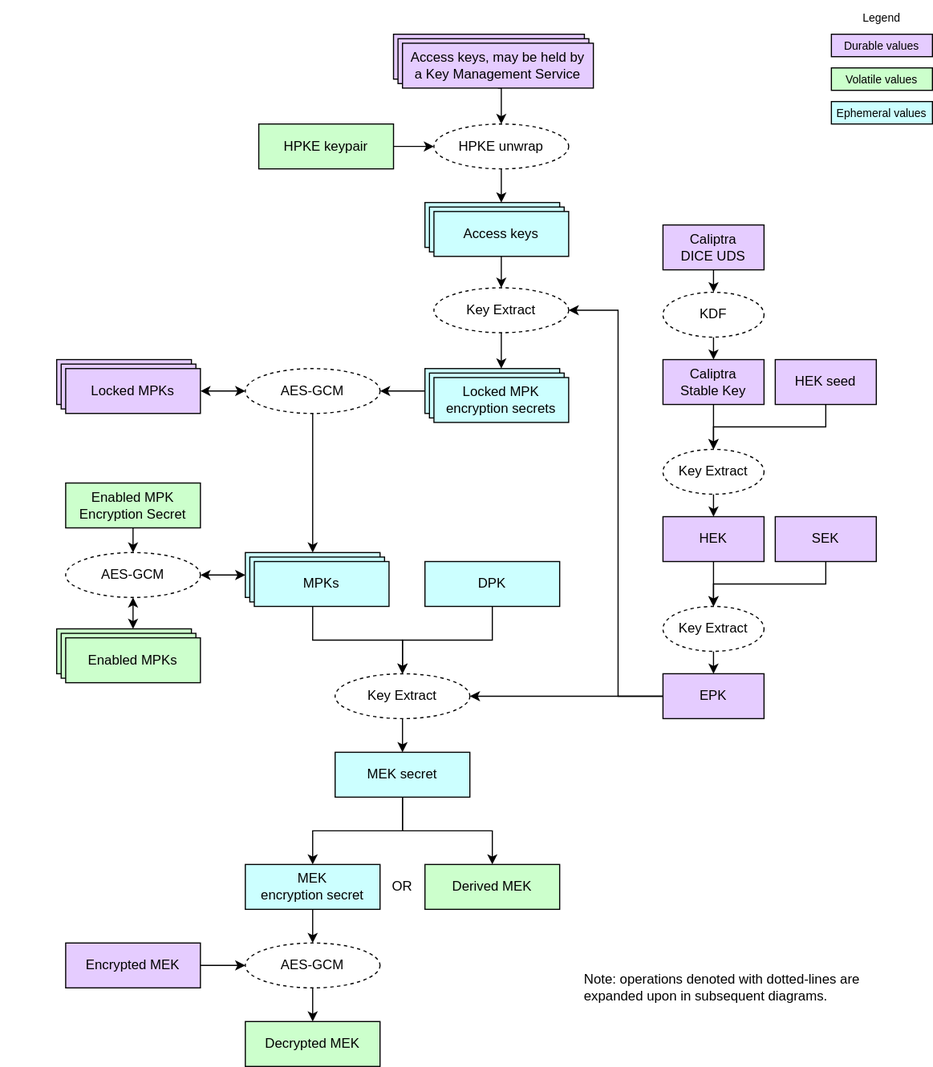
Above: doc/ocp_lock/diagrams/key_hierarchy.drawio.svg in chipsalliance/Caliptra (draw.io), before the change. Source tidied: cells renumbered, new cells last; positions are measured from the earlier drawing's top-left corner, leaving out a move shared by most shapes.
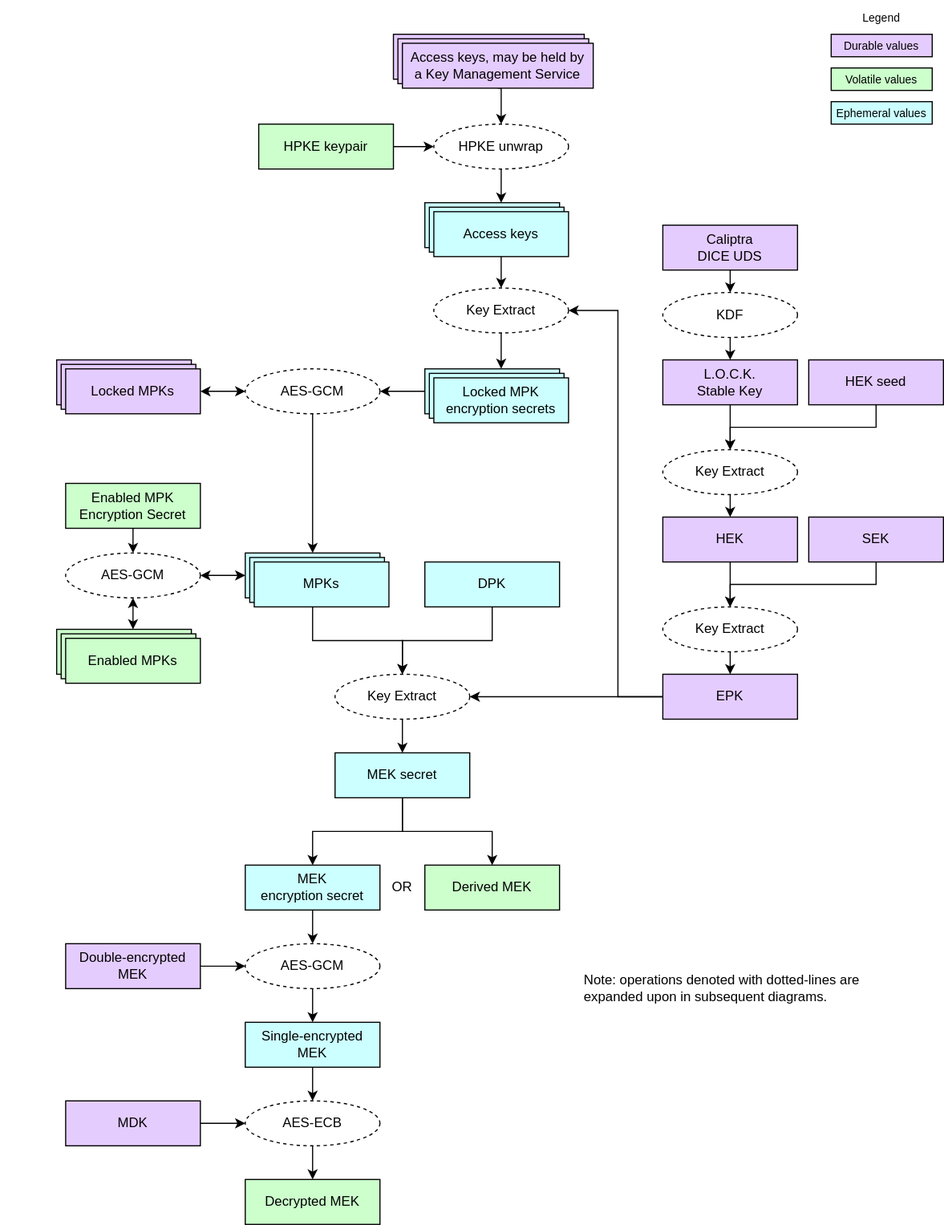
Later version of the same file.

What changed in the source:
```diff
@@ -18,7 +18,7 @@
       <mxGeometry relative="1" as="geometry" />
     </mxCell>
     <mxCell id="7" value="SEK" style="rounded=0;whiteSpace=wrap;html=1;align=center;verticalAlign=middle;shadow=0;glass=0;spacingLeft=0;spacingBottom=0;spacingTop=0;fillColor=#E5CCFF;" parent="1" vertex="1">
-      <mxGeometry x="690" y="460" width="90" height="40" as="geometry" />
+      <mxGeometry x="720" y="460" width="120" height="40" as="geometry" />
     </mxCell>
     <mxCell id="8" style="rounded=0;whiteSpace=wrap;html=1;align=center;verticalAlign=middle;shadow=0;glass=0;spacingLeft=0;spacingBottom=0;spacingTop=0;fillColor=#CCFFFF;" parent="1" vertex="1">
       <mxGeometry x="382" y="332" width="120" height="40" as="geometry" />
@@ -124,7 +124,10 @@
     <mxCell id="39" value="OR" style="text;strokeColor=none;align=center;fillColor=none;html=1;verticalAlign=middle;whiteSpace=wrap;rounded=0;" parent="1" vertex="1">
       <mxGeometry x="338" y="775" width="40" height="30" as="geometry" />
     </mxCell>
+    <mxCell id="79" style="edgeStyle=none;html=1;exitX=0.5;exitY=1;exitDx=0;exitDy=0;entryX=0.5;entryY=0;entryDx=0;entryDy=0;" parent="1" edge="1" source="40" target="83">
+      <mxGeometry relative="1" as="geometry" />
+    </mxCell>
-    <mxCell id="40" value="Decrypted MEK" style="rounded=0;whiteSpace=wrap;html=1;align=center;verticalAlign=middle;shadow=0;glass=0;spacingLeft=0;spacingBottom=0;spacingTop=0;fillColor=#CCFFCC;" parent="1" vertex="1">
+    <mxCell id="40" value="Single-encrypted MEK" style="rounded=0;whiteSpace=wrap;html=1;align=center;verticalAlign=middle;shadow=0;glass=0;spacingLeft=0;spacingBottom=0;spacingTop=0;fillColor=#CCFFFF;" parent="1" vertex="1">
       <mxGeometry x="218" y="910" width="120" height="40" as="geometry" />
     </mxCell>
     <mxCell id="41" style="edgeStyle=none;html=1;endSize=6;startSize=6;exitX=0.5;exitY=1;exitDx=0;exitDy=0;" parent="1" edge="1" source="32" target="42">
@@ -140,12 +143,12 @@
       <mxGeometry relative="1" as="geometry" />
     </mxCell>
     <mxCell id="45" value="&lt;div&gt;&lt;font color=&quot;#000000&quot;&gt;HEK&lt;/font&gt;&lt;/div&gt;" style="rounded=0;whiteSpace=wrap;html=1;align=center;verticalAlign=middle;shadow=0;glass=0;spacingLeft=0;spacingBottom=0;spacingTop=0;fillColor=#E5CCFF;" parent="1" vertex="1">
-      <mxGeometry x="590" y="460" width="90" height="40" as="geometry" />
+      <mxGeometry x="590" y="460" width="120" height="40" as="geometry" />
     </mxCell>
     <mxCell id="46" style="edgeStyle=none;html=1;exitX=1;exitY=0.5;exitDx=0;exitDy=0;entryX=0;entryY=0.5;entryDx=0;entryDy=0;" parent="1" edge="1" source="47" target="42">
       <mxGeometry relative="1" as="geometry" />
     </mxCell>
-    <mxCell id="47" value="Encrypted MEK" style="rounded=0;whiteSpace=wrap;html=1;align=center;verticalAlign=middle;shadow=0;glass=0;spacingLeft=0;spacingBottom=0;spacingTop=0;fillColor=#E5CCFF;" parent="1" vertex="1">
+    <mxCell id="47" value="Double-encrypted MEK" style="rounded=0;whiteSpace=wrap;html=1;align=center;verticalAlign=middle;shadow=0;glass=0;spacingLeft=0;spacingBottom=0;spacingTop=0;fillColor=#E5CCFF;" parent="1" vertex="1">
       <mxGeometry x="58" y="840" width="120" height="40" as="geometry" />
     </mxCell>
     <mxCell id="48" style="rounded=0;whiteSpace=wrap;html=1;align=center;verticalAlign=middle;shadow=0;glass=0;spacingLeft=0;spacingBottom=0;spacingTop=0;fillColor=#E5CCFF;" parent="1" vertex="1">
@@ -204,13 +207,13 @@
       </mxGeometry>
     </mxCell>
     <mxCell id="63" value="&lt;div&gt;&lt;font color=&quot;#000000&quot;&gt;EPK&lt;/font&gt;&lt;/div&gt;" style="rounded=0;whiteSpace=wrap;html=1;align=center;verticalAlign=middle;shadow=0;glass=0;spacingLeft=0;spacingBottom=0;spacingTop=0;fillColor=#E5CCFF;" parent="1" vertex="1">
-      <mxGeometry x="590" y="600" width="90" height="40" as="geometry" />
+      <mxGeometry x="590" y="600" width="120" height="40" as="geometry" />
     </mxCell>
     <mxCell id="64" style="edgeStyle=none;html=1;exitX=0.5;exitY=1;exitDx=0;exitDy=0;entryX=0.5;entryY=0;entryDx=0;entryDy=0;" parent="1" edge="1" source="65" target="63">
       <mxGeometry relative="1" as="geometry" />
     </mxCell>
     <mxCell id="65" value="&lt;span style=&quot;color: rgb(0, 0, 0);&quot;&gt;Key Extract&lt;/span&gt;" style="ellipse;whiteSpace=wrap;html=1;fillColor=#FFFFFF;dashed=1;" parent="1" vertex="1">
-      <mxGeometry x="590" y="540" width="90" height="40" as="geometry" />
+      <mxGeometry x="590" y="540" width="120" height="40" as="geometry" />
     </mxCell>
     <mxCell id="66" style="edgeStyle=orthogonalEdgeStyle;html=1;exitX=0.5;exitY=1;exitDx=0;exitDy=0;entryX=0.5;entryY=0;entryDx=0;entryDy=0;rounded=0;" parent="1" edge="1" source="68" target="32">
       <mxGeometry relative="1" as="geometry" />
@@ -224,32 +227,47 @@
     <mxCell id="69" style="edgeStyle=orthogonalEdgeStyle;html=1;exitX=0.5;exitY=1;exitDx=0;exitDy=0;entryX=0.5;entryY=0;entryDx=0;entryDy=0;rounded=0;" parent="1" edge="1" source="70" target="74">
       <mxGeometry relative="1" as="geometry" />
     </mxCell>
-    <mxCell id="70" value="&lt;span style=&quot;color: rgb(0, 0, 0);&quot;&gt;Caliptra&lt;/span&gt;&lt;div&gt;Stable Key&lt;/div&gt;" style="rounded=0;whiteSpace=wrap;html=1;align=center;verticalAlign=middle;shadow=0;glass=0;spacingLeft=0;spacingBottom=0;spacingTop=0;fillColor=#E5CCFF;" parent="1" vertex="1">
-      <mxGeometry x="590" y="320" width="90" height="40" as="geometry" />
+    <mxCell id="70" value="&lt;div&gt;L.O.C.K.&lt;/div&gt;&lt;div&gt;Stable Key&lt;/div&gt;" style="rounded=0;whiteSpace=wrap;html=1;align=center;verticalAlign=middle;shadow=0;glass=0;spacingLeft=0;spacingBottom=0;spacingTop=0;fillColor=#E5CCFF;" parent="1" vertex="1">
+      <mxGeometry x="590" y="320" width="120" height="40" as="geometry" />
     </mxCell>
     <mxCell id="71" style="edgeStyle=orthogonalEdgeStyle;html=1;exitX=0.5;exitY=1;exitDx=0;exitDy=0;entryX=0.5;entryY=0;entryDx=0;entryDy=0;rounded=0;" parent="1" edge="1" source="72" target="74">
       <mxGeometry relative="1" as="geometry" />
     </mxCell>
     <mxCell id="72" value="&lt;span style=&quot;color: rgb(0, 0, 0);&quot;&gt;&lt;span style=&quot;color: rgb(0, 0, 0);&quot;&gt;HEK seed&lt;/span&gt;&lt;/span&gt;" style="rounded=0;whiteSpace=wrap;html=1;align=center;verticalAlign=middle;shadow=0;glass=0;spacingLeft=0;spacingBottom=0;spacingTop=0;fillColor=#E5CCFF;" parent="1" vertex="1">
-      <mxGeometry x="690" y="320" width="90" height="40" as="geometry" />
+      <mxGeometry x="720" y="320" width="120" height="40" as="geometry" />
     </mxCell>
     <mxCell id="73" style="edgeStyle=none;html=1;exitX=0.5;exitY=1;exitDx=0;exitDy=0;entryX=0.5;entryY=0;entryDx=0;entryDy=0;" parent="1" edge="1" source="74" target="45">
       <mxGeometry relative="1" as="geometry" />
     </mxCell>
     <mxCell id="74" value="&lt;span style=&quot;color: rgb(0, 0, 0);&quot;&gt;Key Extract&lt;/span&gt;" style="ellipse;whiteSpace=wrap;html=1;fillColor=#FFFFFF;dashed=1;" parent="1" vertex="1">
-      <mxGeometry x="590" y="400" width="90" height="40" as="geometry" />
+      <mxGeometry x="590" y="400" width="120" height="40" as="geometry" />
     </mxCell>
     <mxCell id="75" style="edgeStyle=orthogonalEdgeStyle;html=1;exitX=0.5;exitY=1;exitDx=0;exitDy=0;entryX=0.5;entryY=0;entryDx=0;entryDy=0;rounded=0;" parent="1" edge="1" source="76" target="78">
       <mxGeometry relative="1" as="geometry" />
     </mxCell>
     <mxCell id="76" value="&lt;div&gt;&lt;font color=&quot;#000000&quot;&gt;Caliptra&lt;/font&gt;&lt;/div&gt;&lt;div&gt;&lt;font color=&quot;#000000&quot;&gt;DICE UDS&lt;/font&gt;&lt;/div&gt;" style="rounded=0;whiteSpace=wrap;html=1;align=center;verticalAlign=middle;shadow=0;glass=0;spacingLeft=0;spacingBottom=0;spacingTop=0;fillColor=#E5CCFF;" parent="1" vertex="1">
-      <mxGeometry x="590" y="200" width="90" height="40" as="geometry" />
+      <mxGeometry x="590" y="200" width="120" height="40" as="geometry" />
     </mxCell>
     <mxCell id="77" style="edgeStyle=none;html=1;exitX=0.5;exitY=1;exitDx=0;exitDy=0;entryX=0.5;entryY=0;entryDx=0;entryDy=0;" parent="1" edge="1" source="78" target="70">
       <mxGeometry relative="1" as="geometry" />
     </mxCell>
     <mxCell id="78" value="KDF" style="ellipse;whiteSpace=wrap;html=1;fillColor=#FFFFFF;dashed=1;" parent="1" vertex="1">
-      <mxGeometry x="590" y="260" width="90" height="40" as="geometry" />
+      <mxGeometry x="590" y="260" width="120" height="40" as="geometry" />
     </mxCell>
+    <mxCell id="80" style="edgeStyle=none;html=1;exitX=1;exitY=0.5;exitDx=0;exitDy=0;entryX=0;entryY=0.5;entryDx=0;entryDy=0;" parent="1" edge="1" source="81" target="83">
+      <mxGeometry relative="1" as="geometry" />
+    </mxCell>
+    <mxCell id="81" value="MDK" style="rounded=0;whiteSpace=wrap;html=1;align=center;verticalAlign=middle;shadow=0;glass=0;spacingLeft=0;spacingBottom=0;spacingTop=0;fillColor=#E5CCFF;" parent="1" vertex="1">
+      <mxGeometry x="58" y="980" width="120" height="40" as="geometry" />
+    </mxCell>
+    <mxCell id="82" style="edgeStyle=none;html=1;exitX=0.5;exitY=1;exitDx=0;exitDy=0;entryX=0.5;entryY=0;entryDx=0;entryDy=0;" parent="1" edge="1" source="83" target="84">
+      <mxGeometry relative="1" as="geometry" />
+    </mxCell>
+    <mxCell id="83" value="AES-ECB" style="ellipse;whiteSpace=wrap;html=1;fillColor=#FFFFFF;dashed=1;" parent="1" vertex="1">
+      <mxGeometry x="218" y="980" width="120" height="40" as="geometry" />
+    </mxCell>
+    <mxCell id="84" value="Decrypted&amp;nbsp;&lt;span style=&quot;background-color: transparent;&quot;&gt;MEK&lt;/span&gt;" style="rounded=0;whiteSpace=wrap;html=1;align=center;verticalAlign=middle;shadow=0;glass=0;spacingLeft=0;spacingBottom=0;spacingTop=0;fillColor=#CCFFCC;" parent="1" vertex="1">
+      <mxGeometry x="218" y="1050" width="120" height="40" as="geometry" />
+    </mxCell>
   </root>
 </mxGraphModel>
```
